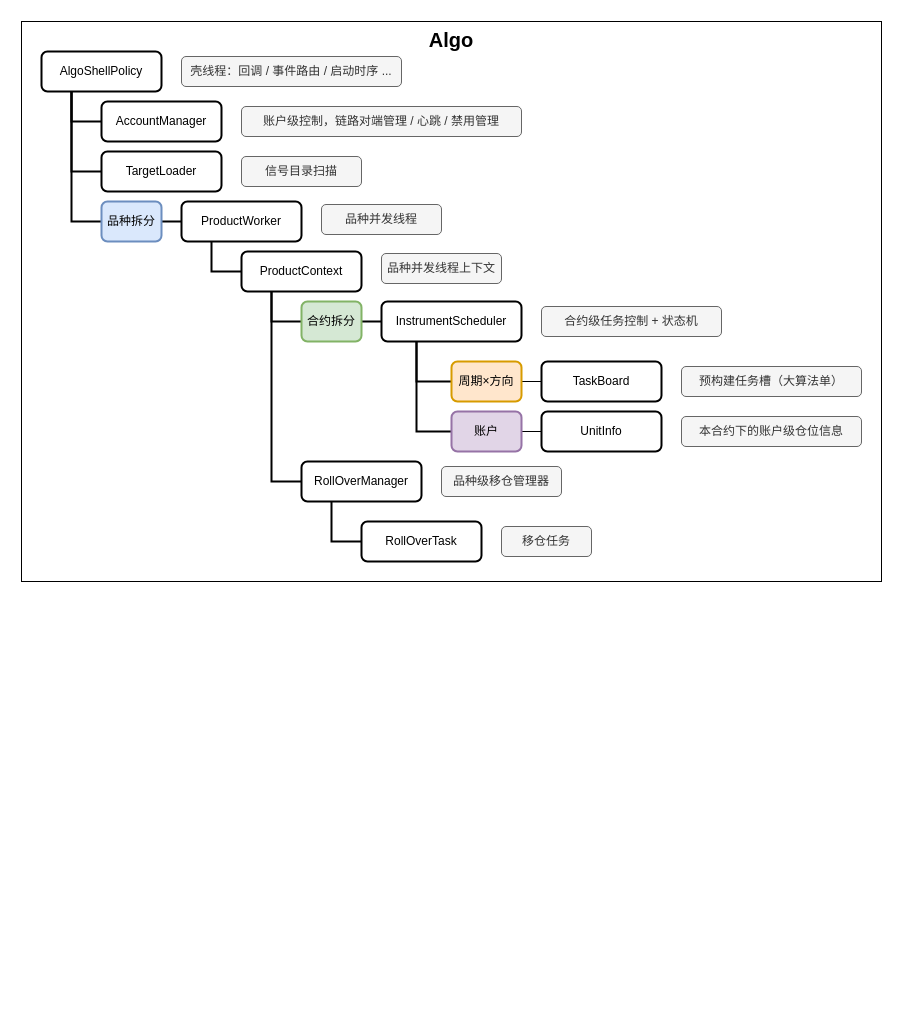
This is page "第 4 页" (4 of 11) of capella-trade-design.drawio from zhaxd123/drawio, a draw.io file, before an edit. Source tidied: cells renumbered, new cells numbered last; positions are measured from the earlier drawing's top-left corner, leaving out a move shared by most shapes. Both pictures are drawn from the tidied source at 100%, with x=0, y=0 at pixel (21, 21).
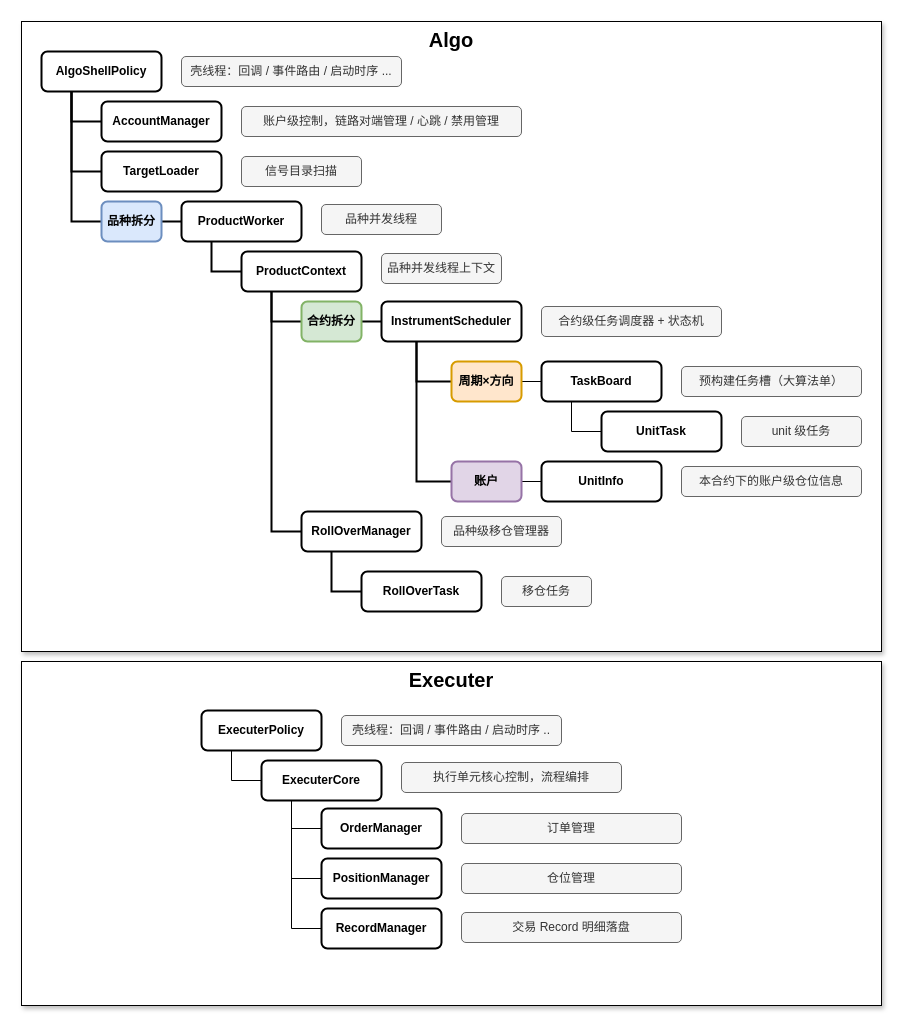
The same page after the edit.

Diff of the diagram source:
```diff
@@
+    <mxCell id="40" value="Executer" style="rounded=0;whiteSpace=wrap;html=1;verticalAlign=top;fontSize=20;fontStyle=1;shadow=1;" parent="1" vertex="1">
+      <mxGeometry y="640" width="860" height="344" as="geometry" />
+    </mxCell>
-    <mxCell id="2" value="Algo" style="rounded=0;whiteSpace=wrap;html=1;verticalAlign=top;fontSize=20;fontStyle=1;" parent="1" vertex="1">
-      <mxGeometry width="860" height="560" as="geometry" />
+    <mxCell id="2" value="Algo" style="rounded=0;whiteSpace=wrap;html=1;verticalAlign=top;fontSize=20;fontStyle=1;shadow=1;" parent="1" vertex="1">
+      <mxGeometry width="860" height="630" as="geometry" />
     </mxCell>
@@
-    <mxCell id="6" value="AlgoShellPolicy" style="rounded=1;whiteSpace=wrap;html=1;roundedPerimeter=1;strokeWidth=2;" parent="1" vertex="1">
+    <mxCell id="6" value="AlgoShellPolicy" style="rounded=1;whiteSpace=wrap;html=1;roundedPerimeter=1;strokeWidth=2;fontStyle=1;" parent="1" vertex="1">
       <mxGeometry x="20" y="30" width="120" height="40" as="geometry" />
     </mxCell>
-    <mxCell id="7" value="AccountManager" style="rounded=1;whiteSpace=wrap;html=1;roundedPerimeter=1;strokeWidth=2;" parent="1" vertex="1">
+    <mxCell id="7" value="AccountManager" style="rounded=1;whiteSpace=wrap;html=1;roundedPerimeter=1;strokeWidth=2;fontStyle=1;" parent="1" vertex="1">
       <mxGeometry x="80" y="80" width="120" height="40" as="geometry" />
     </mxCell>
-    <mxCell id="8" value="TargetLoader" style="rounded=1;whiteSpace=wrap;html=1;roundedPerimeter=1;strokeWidth=2;" parent="1" vertex="1">
+    <mxCell id="8" value="TargetLoader" style="rounded=1;whiteSpace=wrap;html=1;roundedPerimeter=1;strokeWidth=2;fontStyle=1;" parent="1" vertex="1">
       <mxGeometry x="80" y="130" width="120" height="40" as="geometry" />
     </mxCell>
@@
-    <mxCell id="10" value="品种拆分" style="rounded=1;whiteSpace=wrap;html=1;roundedPerimeter=1;fillColor=#dae8fc;strokeColor=#6c8ebf;strokeWidth=2;" parent="1" vertex="1">
+    <mxCell id="10" value="品种拆分" style="rounded=1;whiteSpace=wrap;html=1;roundedPerimeter=1;fillColor=#dae8fc;strokeColor=#6c8ebf;strokeWidth=2;fontStyle=1;" parent="1" vertex="1">
       <mxGeometry x="80" y="180" width="60" height="40" as="geometry" />
     </mxCell>
@@
-    <mxCell id="12" value="ProductWorker" style="rounded=1;whiteSpace=wrap;html=1;roundedPerimeter=1;strokeWidth=2;" parent="1" vertex="1">
+    <mxCell id="12" value="ProductWorker" style="rounded=1;whiteSpace=wrap;html=1;roundedPerimeter=1;strokeWidth=2;fontStyle=1;" parent="1" vertex="1">
       <mxGeometry x="160" y="180" width="120" height="40" as="geometry" />
     </mxCell>
@@
-    <mxCell id="15" value="ProductContext" style="rounded=1;whiteSpace=wrap;html=1;roundedPerimeter=1;strokeWidth=2;" parent="1" vertex="1">
+    <mxCell id="15" value="ProductContext" style="rounded=1;whiteSpace=wrap;html=1;roundedPerimeter=1;strokeWidth=2;fontStyle=1;" parent="1" vertex="1">
       <mxGeometry x="220" y="230" width="120" height="40" as="geometry" />
     </mxCell>
@@
-    <mxCell id="17" value="合约拆分" style="rounded=1;whiteSpace=wrap;html=1;roundedPerimeter=1;fillColor=#d5e8d4;strokeColor=#82b366;strokeWidth=2;" parent="1" vertex="1">
+    <mxCell id="17" value="合约拆分" style="rounded=1;whiteSpace=wrap;html=1;roundedPerimeter=1;fillColor=#d5e8d4;strokeColor=#82b366;strokeWidth=2;fontStyle=1;" parent="1" vertex="1">
       <mxGeometry x="280" y="280" width="60" height="40" as="geometry" />
     </mxCell>
@@
-    <mxCell id="19" value="RollOverManager" style="rounded=1;whiteSpace=wrap;html=1;roundedPerimeter=1;strokeWidth=2;" parent="1" vertex="1">
-      <mxGeometry x="280" y="440" width="120" height="40" as="geometry" />
+    <mxCell id="19" value="RollOverManager" style="rounded=1;whiteSpace=wrap;html=1;roundedPerimeter=1;strokeWidth=2;fontStyle=1;" parent="1" vertex="1">
+      <mxGeometry x="280" y="490" width="120" height="40" as="geometry" />
     </mxCell>
@@
-    <mxCell id="22" value="InstrumentScheduler" style="rounded=1;whiteSpace=wrap;html=1;roundedPerimeter=1;strokeWidth=2;" parent="1" vertex="1">
+    <mxCell id="22" value="InstrumentScheduler" style="rounded=1;whiteSpace=wrap;html=1;roundedPerimeter=1;strokeWidth=2;fontStyle=1;" parent="1" vertex="1">
       <mxGeometry x="360" y="280" width="140" height="40" as="geometry" />
     </mxCell>
@@
-    <mxCell id="24" value="周期×方向" style="rounded=1;whiteSpace=wrap;html=1;roundedPerimeter=1;strokeWidth=2;fillColor=#ffe6cc;strokeColor=#d79b00;" parent="1" vertex="1">
+    <mxCell id="24" value="周期×方向" style="rounded=1;whiteSpace=wrap;html=1;roundedPerimeter=1;strokeWidth=2;fillColor=#ffe6cc;strokeColor=#d79b00;fontStyle=1;" parent="1" vertex="1">
       <mxGeometry x="430" y="340" width="70" height="40" as="geometry" />
     </mxCell>
@@
-    <mxCell id="26" value="账户" style="rounded=1;whiteSpace=wrap;html=1;roundedPerimeter=1;strokeWidth=2;fillColor=#e1d5e7;strokeColor=#9673a6;" parent="1" vertex="1">
-      <mxGeometry x="430" y="390" width="70" height="40" as="geometry" />
+    <mxCell id="26" value="账户" style="rounded=1;whiteSpace=wrap;html=1;roundedPerimeter=1;strokeWidth=2;fillColor=#e1d5e7;strokeColor=#9673a6;fontStyle=1;" parent="1" vertex="1">
+      <mxGeometry x="430" y="440" width="70" height="40" as="geometry" />
     </mxCell>
-    <mxCell id="27" value="RollOverTask" style="rounded=1;whiteSpace=wrap;html=1;roundedPerimeter=1;strokeWidth=2;" parent="1" vertex="1">
-      <mxGeometry x="340" y="500" width="120" height="40" as="geometry" />
+    <mxCell id="27" value="RollOverTask" style="rounded=1;whiteSpace=wrap;html=1;roundedPerimeter=1;strokeWidth=2;fontStyle=1;" parent="1" vertex="1">
+      <mxGeometry x="340" y="550" width="120" height="40" as="geometry" />
     </mxCell>
@@
-    <mxCell id="33" value="合约级任务控制 + 状态机" style="rounded=1;whiteSpace=wrap;html=1;roundedPerimeter=1;fillColor=#f5f5f5;fontColor=#333333;strokeColor=#666666;" parent="1" vertex="1">
+    <mxCell id="33" value="合约级任务调度器 + 状态机" style="rounded=1;whiteSpace=wrap;html=1;roundedPerimeter=1;fillColor=#f5f5f5;fontColor=#333333;strokeColor=#666666;" parent="1" vertex="1">
       <mxGeometry x="520" y="285" width="180" height="30" as="geometry" />
     </mxCell>
+    <mxCell id="41" style="edgeStyle=orthogonalEdgeStyle;rounded=0;jettySize=auto;html=1;exitX=0.25;exitY=1;exitDx=0;exitDy=0;entryX=0;entryY=0.5;entryDx=0;entryDy=0;defaultLabelBackgroundColor=page;labelPadding=0 4;endArrow=none;endFill=0;" parent="1" edge="1" source="34" target="56">
+      <mxGeometry relative="1" as="geometry" />
+    </mxCell>
-    <mxCell id="34" value="TaskBoard" style="rounded=1;whiteSpace=wrap;html=1;roundedPerimeter=1;strokeWidth=2;" parent="1" vertex="1">
+    <mxCell id="34" value="TaskBoard" style="rounded=1;whiteSpace=wrap;html=1;roundedPerimeter=1;strokeWidth=2;fontStyle=1;" parent="1" vertex="1">
       <mxGeometry x="520" y="340" width="120" height="40" as="geometry" />
     </mxCell>
-    <mxCell id="35" value="UnitInfo" style="rounded=1;whiteSpace=wrap;html=1;roundedPerimeter=1;strokeWidth=2;" parent="1" vertex="1">
-      <mxGeometry x="520" y="390" width="120" height="40" as="geometry" />
+    <mxCell id="35" value="UnitInfo" style="rounded=1;whiteSpace=wrap;html=1;roundedPerimeter=1;strokeWidth=2;fontStyle=1;" parent="1" vertex="1">
+      <mxGeometry x="520" y="440" width="120" height="40" as="geometry" />
     </mxCell>
@@
     <mxCell id="37" value="本合约下的账户级仓位信息" style="rounded=1;whiteSpace=wrap;html=1;roundedPerimeter=1;fillColor=#f5f5f5;fontColor=#333333;strokeColor=#666666;" parent="1" vertex="1">
-      <mxGeometry x="660" y="395" width="180" height="30" as="geometry" />
+      <mxGeometry x="660" y="445" width="180" height="30" as="geometry" />
     </mxCell>
     <mxCell id="38" value="品种级移仓管理器" style="rounded=1;whiteSpace=wrap;html=1;roundedPerimeter=1;fillColor=#f5f5f5;fontColor=#333333;strokeColor=#666666;" parent="1" vertex="1">
-      <mxGeometry x="420" y="445" width="120" height="30" as="geometry" />
+      <mxGeometry x="420" y="495" width="120" height="30" as="geometry" />
     </mxCell>
     <mxCell id="39" value="移仓任务" style="rounded=1;whiteSpace=wrap;html=1;roundedPerimeter=1;fillColor=#f5f5f5;fontColor=#333333;strokeColor=#666666;" parent="1" vertex="1">
-      <mxGeometry x="480" y="505" width="90" height="30" as="geometry" />
+      <mxGeometry x="480" y="555" width="90" height="30" as="geometry" />
     </mxCell>
+    <mxCell id="42" style="edgeStyle=orthogonalEdgeStyle;rounded=0;jettySize=auto;html=1;exitX=0.25;exitY=1;exitDx=0;exitDy=0;entryX=0;entryY=0.5;entryDx=0;entryDy=0;defaultLabelBackgroundColor=page;labelPadding=0 4;endArrow=none;endFill=0;" parent="1" edge="1" source="43" target="47">
+      <mxGeometry relative="1" as="geometry" />
+    </mxCell>
+    <mxCell id="43" value="ExecuterPolicy" style="rounded=1;whiteSpace=wrap;html=1;roundedPerimeter=1;strokeWidth=2;fontStyle=1;" parent="1" vertex="1">
+      <mxGeometry x="180" y="689" width="120" height="40" as="geometry" />
+    </mxCell>
+    <mxCell id="44" style="edgeStyle=orthogonalEdgeStyle;rounded=0;jettySize=auto;html=1;exitX=0.25;exitY=1;exitDx=0;exitDy=0;entryX=0;entryY=0.5;entryDx=0;entryDy=0;defaultLabelBackgroundColor=page;labelPadding=0 4;endArrow=none;endFill=0;" parent="1" edge="1" source="47" target="48">
+      <mxGeometry relative="1" as="geometry" />
+    </mxCell>
+    <mxCell id="45" style="edgeStyle=orthogonalEdgeStyle;rounded=0;jettySize=auto;html=1;exitX=0.25;exitY=1;exitDx=0;exitDy=0;entryX=0;entryY=0.5;entryDx=0;entryDy=0;defaultLabelBackgroundColor=page;labelPadding=0 4;endArrow=none;endFill=0;" parent="1" edge="1" source="47" target="49">
+      <mxGeometry relative="1" as="geometry" />
+    </mxCell>
+    <mxCell id="46" style="edgeStyle=orthogonalEdgeStyle;rounded=0;jettySize=auto;html=1;exitX=0.25;exitY=1;exitDx=0;exitDy=0;entryX=0;entryY=0.5;entryDx=0;entryDy=0;defaultLabelBackgroundColor=page;labelPadding=0 4;endArrow=none;endFill=0;" parent="1" edge="1" source="47" target="50">
+      <mxGeometry relative="1" as="geometry" />
+    </mxCell>
+    <mxCell id="47" value="ExecuterCore" style="rounded=1;whiteSpace=wrap;html=1;roundedPerimeter=1;strokeWidth=2;fontStyle=1;" parent="1" vertex="1">
+      <mxGeometry x="240" y="739" width="120" height="40" as="geometry" />
+    </mxCell>
+    <mxCell id="48" value="OrderManager" style="rounded=1;whiteSpace=wrap;html=1;roundedPerimeter=1;strokeWidth=2;fontStyle=1;" parent="1" vertex="1">
+      <mxGeometry x="300" y="787" width="120" height="40" as="geometry" />
+    </mxCell>
+    <mxCell id="49" value="PositionManager" style="rounded=1;whiteSpace=wrap;html=1;roundedPerimeter=1;strokeWidth=2;fontStyle=1;" parent="1" vertex="1">
+      <mxGeometry x="300" y="837" width="120" height="40" as="geometry" />
+    </mxCell>
+    <mxCell id="50" value="RecordManager" style="rounded=1;whiteSpace=wrap;html=1;roundedPerimeter=1;strokeWidth=2;fontStyle=1;" parent="1" vertex="1">
+      <mxGeometry x="300" y="887" width="120" height="40" as="geometry" />
+    </mxCell>
+    <mxCell id="51" value="壳线程：回调 / 事件路由 / 启动时序 .." style="rounded=1;whiteSpace=wrap;html=1;roundedPerimeter=1;fillColor=#f5f5f5;fontColor=#333333;strokeColor=#666666;" parent="1" vertex="1">
+      <mxGeometry x="320" y="694" width="220" height="30" as="geometry" />
+    </mxCell>
+    <mxCell id="52" value="执行单元核心控制，流程编排" style="rounded=1;whiteSpace=wrap;html=1;roundedPerimeter=1;fillColor=#f5f5f5;fontColor=#333333;strokeColor=#666666;" parent="1" vertex="1">
+      <mxGeometry x="380" y="741" width="220" height="30" as="geometry" />
+    </mxCell>
+    <mxCell id="53" value="订单管理" style="rounded=1;whiteSpace=wrap;html=1;roundedPerimeter=1;fillColor=#f5f5f5;fontColor=#333333;strokeColor=#666666;" parent="1" vertex="1">
+      <mxGeometry x="440" y="792" width="220" height="30" as="geometry" />
+    </mxCell>
+    <mxCell id="54" value="仓位管理" style="rounded=1;whiteSpace=wrap;html=1;roundedPerimeter=1;fillColor=#f5f5f5;fontColor=#333333;strokeColor=#666666;" parent="1" vertex="1">
+      <mxGeometry x="440" y="842" width="220" height="30" as="geometry" />
+    </mxCell>
+    <mxCell id="55" value="交易 Record 明细落盘" style="rounded=1;whiteSpace=wrap;html=1;roundedPerimeter=1;fillColor=#f5f5f5;fontColor=#333333;strokeColor=#666666;" parent="1" vertex="1">
+      <mxGeometry x="440" y="891" width="220" height="30" as="geometry" />
+    </mxCell>
+    <mxCell id="56" value="UnitTask" style="rounded=1;whiteSpace=wrap;html=1;roundedPerimeter=1;strokeWidth=2;fontStyle=1;" parent="1" vertex="1">
+      <mxGeometry x="580" y="390" width="120" height="40" as="geometry" />
+    </mxCell>
+    <mxCell id="57" value="unit&amp;nbsp;级任务" style="rounded=1;whiteSpace=wrap;html=1;roundedPerimeter=1;fillColor=#f5f5f5;fontColor=#333333;strokeColor=#666666;" parent="1" vertex="1">
+      <mxGeometry x="720" y="395" width="120" height="30" as="geometry" />
+    </mxCell>
```
